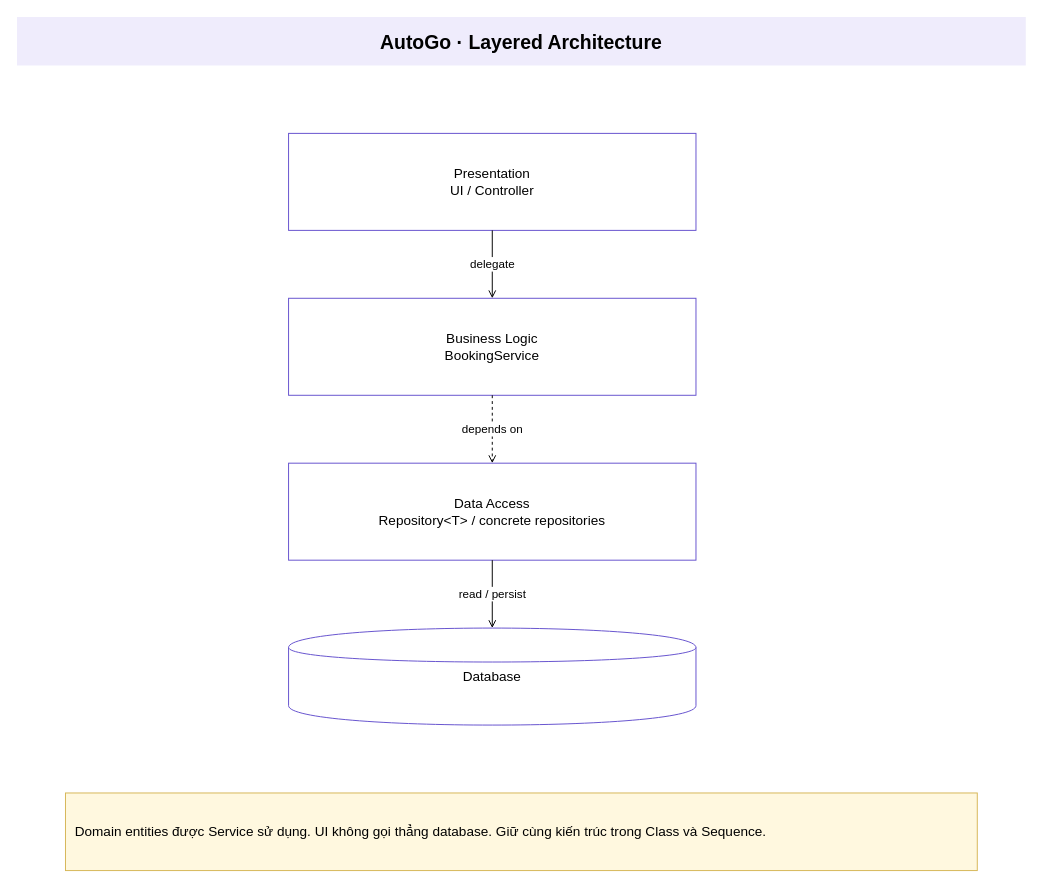
This is page "00 Layered Architecture" (1 of 4) of public/templates/autogo_PE.drawio from khangpd15/SWD302_KHANG, a draw.io file, before an edit. Source tidied: cells renumbered, new cells numbered last; positions are measured from the earlier drawing's top-left corner, leaving out a move shared by most shapes. Both pictures are drawn from the tidied source at 97%, with x=0, y=0 at pixel (16, 16).
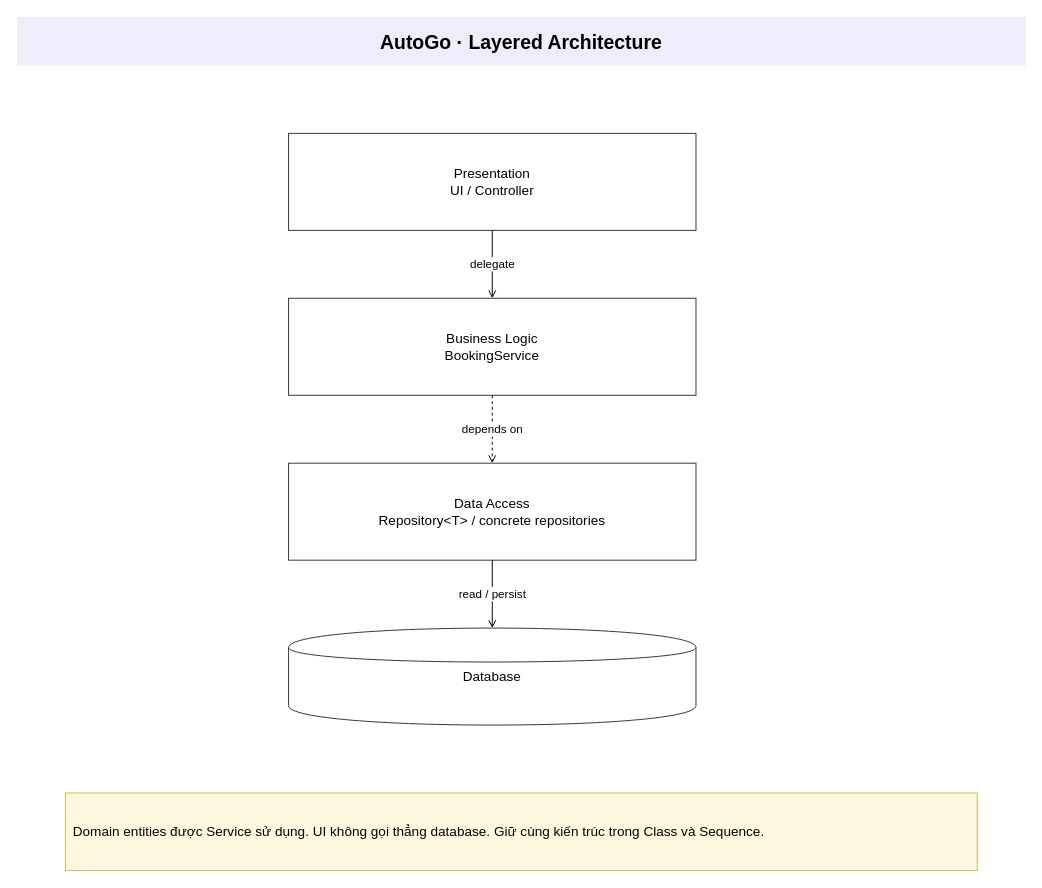
The same page after the edit.

Diff of the diagram source:
```diff
@@
 <mxGraphModel>
   <root>
     <mxCell id="0" />
     <mxCell id="1" parent="0" />
-    <mxCell id="2" value="&lt;b&gt;AutoGo · Layered Architecture&lt;/b&gt;" style="rounded=0;whiteSpace=wrap;html=1;fillColor=#ffffff;strokeColor=#6551ce;fontSize=14;spacing=10;fillColor=#efecfc;strokeColor=none;fontSize=20;" parent="1" vertex="1">
+    <mxCell id="2" value="&lt;b&gt;AutoGo · Layered Architecture&lt;/b&gt;" style="rounded=0;whiteSpace=wrap;html=1;fillColor=#ffffff;strokeColor=#333333;fontSize=14;spacing=8;fillColor=#efecfc;strokeColor=none;fontSize=20;" parent="1" vertex="1">
       <mxGeometry width="1040" height="50" as="geometry" />
     </mxCell>
-    <mxCell id="3" value="Presentation&lt;br/&gt;UI / Controller" style="rounded=0;whiteSpace=wrap;html=1;fillColor=#ffffff;strokeColor=#6551ce;fontSize=14;spacing=10;" parent="1" vertex="1">
+    <mxCell id="3" value="Presentation&lt;br/&gt;UI / Controller" style="rounded=0;whiteSpace=wrap;html=1;fillColor=#ffffff;strokeColor=#333333;fontSize=14;spacing=8;" parent="1" vertex="1">
       <mxGeometry x="280" y="120" width="420" height="100" as="geometry" />
     </mxCell>
-    <mxCell id="4" value="Business Logic&lt;br/&gt;BookingService" style="rounded=0;whiteSpace=wrap;html=1;fillColor=#ffffff;strokeColor=#6551ce;fontSize=14;spacing=10;" parent="1" vertex="1">
+    <mxCell id="4" value="Business Logic&lt;br/&gt;BookingService" style="rounded=0;whiteSpace=wrap;html=1;fillColor=#ffffff;strokeColor=#333333;fontSize=14;spacing=8;" parent="1" vertex="1">
       <mxGeometry x="280" y="290" width="420" height="100" as="geometry" />
     </mxCell>
-    <mxCell id="5" value="Data Access&lt;br/&gt;Repository&amp;lt;T&amp;gt; / concrete repositories" style="rounded=0;whiteSpace=wrap;html=1;fillColor=#ffffff;strokeColor=#6551ce;fontSize=14;spacing=10;" parent="1" vertex="1">
+    <mxCell id="5" value="Data Access&lt;br/&gt;Repository&amp;lt;T&amp;gt; / concrete repositories" style="rounded=0;whiteSpace=wrap;html=1;fillColor=#ffffff;strokeColor=#333333;fontSize=14;spacing=8;" parent="1" vertex="1">
       <mxGeometry x="280" y="460" width="420" height="100" as="geometry" />
     </mxCell>
-    <mxCell id="6" value="Database" style="rounded=0;whiteSpace=wrap;html=1;fillColor=#ffffff;strokeColor=#6551ce;fontSize=14;spacing=10;shape=cylinder;" parent="1" vertex="1">
+    <mxCell id="6" value="Database" style="rounded=0;whiteSpace=wrap;html=1;fillColor=#ffffff;strokeColor=#333333;fontSize=14;spacing=8;shape=cylinder;" parent="1" vertex="1">
       <mxGeometry x="280" y="630" width="420" height="100" as="geometry" />
     </mxCell>
     <mxCell id="7" value="delegate" style="edgeStyle=orthogonalEdgeStyle;rounded=0;html=1;endArrow=open;endFill=0;fontSize=12;labelBackgroundColor=#ffffff;" parent="1" edge="1" source="3" target="4">
       <mxGeometry relative="1" as="geometry" />
     </mxCell>
     <mxCell id="8" value="depends on" style="edgeStyle=orthogonalEdgeStyle;rounded=0;html=1;endArrow=open;endFill=0;fontSize=12;labelBackgroundColor=#ffffff;dashed=1;" parent="1" edge="1" source="4" target="5">
       <mxGeometry relative="1" as="geometry" />
     </mxCell>
     <mxCell id="9" value="read / persist" style="edgeStyle=orthogonalEdgeStyle;rounded=0;html=1;endArrow=open;endFill=0;fontSize=12;labelBackgroundColor=#ffffff;" parent="1" edge="1" source="5" target="6">
       <mxGeometry relative="1" as="geometry" />
     </mxCell>
-    <mxCell id="10" value="Domain entities được Service sử dụng. UI không gọi thẳng database. Giữ cùng kiến trúc trong Class và Sequence." style="rounded=0;whiteSpace=wrap;html=1;fillColor=#ffffff;strokeColor=#6551ce;fontSize=14;spacing=10;fillColor=#fff8df;strokeColor=#d6b656;align=left;" parent="1" vertex="1">
+    <mxCell id="10" value="Domain entities được Service sử dụng. UI không gọi thẳng database. Giữ cùng kiến trúc trong Class và Sequence." style="rounded=0;whiteSpace=wrap;html=1;fillColor=#ffffff;strokeColor=#333333;fontSize=14;spacing=8;fillColor=#fff8df;strokeColor=#d6b656;align=left;" parent="1" vertex="1">
       <mxGeometry x="50" y="800" width="940" height="80" as="geometry" />
     </mxCell>
   </root>
 </mxGraphModel>
```
